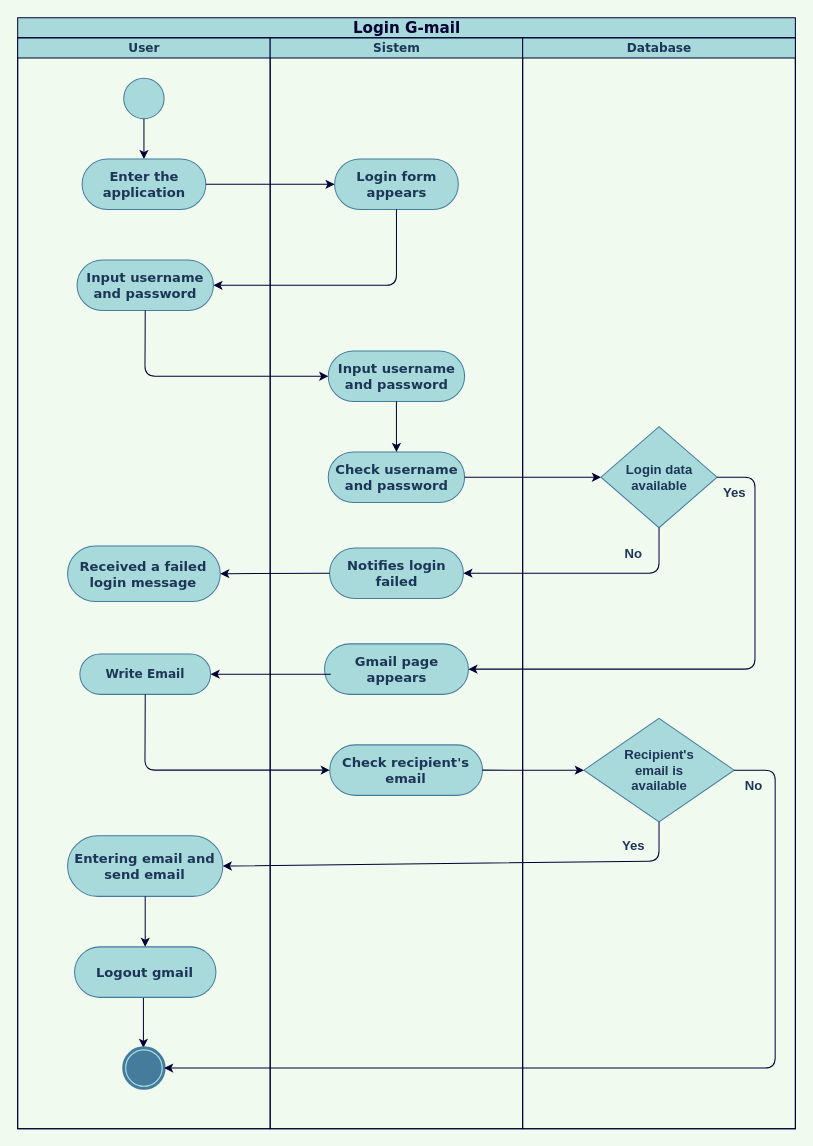
jscanjm/BelajarJava keeps this draw.io diagram as Untitled Diagram.drawio. Above is the earlier version. Source tidied: cells renumbered, new cells numbered last; positions are measured from the earlier drawing's top-left corner, leaving out a move shared by most shapes. Both pictures are drawn from the tidied source at 101%, with x=0, y=0 at pixel (17, 17).
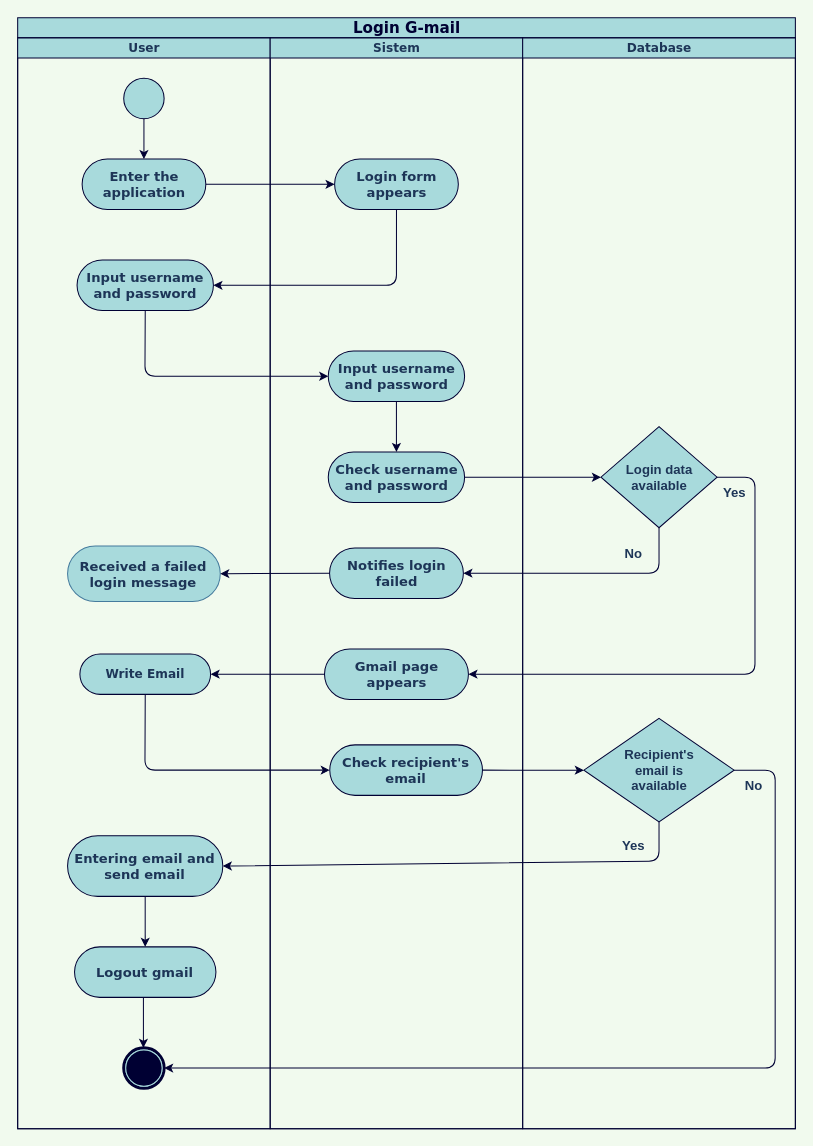
The same page after the edit.

Unchanged cells that the change refers to:
```xml
<mxCell id="2" value="&lt;font color=&quot;#000033&quot;&gt;&lt;b&gt;Login G-mail&lt;/b&gt;&lt;/font&gt;" style="swimlane;html=1;startSize=20;rounded=0;shadow=0;comic=0;labelBackgroundColor=none;strokeWidth=1;fontFamily=Verdana;fontSize=15;align=center;fontStyle=0;fontColor=#1D3557;fillColor=#A8DADC;strokeColor=#000033;" parent="1" vertex="1">
  <mxGeometry width="770" height="1100" as="geometry" />
</mxCell>
<mxCell id="3" value="User" style="swimlane;html=1;startSize=20;fontFamily=Verdana;fillColor=#A8DADC;fontColor=#1D3557;strokeColor=#000033;" parent="2" vertex="1">
  <mxGeometry y="20" width="250" height="1080" as="geometry" />
</mxCell>
<mxCell id="15" value="Sistem" style="swimlane;html=1;startSize=20;fontFamily=Verdana;fillColor=#A8DADC;fontColor=#1D3557;strokeColor=#000033;" parent="2" vertex="1">
  <mxGeometry x="250" y="20" width="250" height="1080" as="geometry" />
</mxCell>
<mxCell id="27" value="Database" style="swimlane;html=1;startSize=20;fontFamily=Verdana;fillColor=#A8DADC;fontColor=#1D3557;strokeColor=#000033;" parent="2" vertex="1">
  <mxGeometry x="500" y="20" width="270" height="1080" as="geometry" />
</mxCell>
```

Change to the diagram source:
```diff
@@
-    <mxCell id="5" style="shape=mxgraph.bpmn.shape;html=1;verticalLabelPosition=bottom;verticalAlign=top;perimeter=ellipsePerimeter;outline=end;symbol=terminate;rounded=0;shadow=0;comic=0;strokeWidth=1;fontFamily=Verdana;fontSize=12;align=center;fillColor=#A8DADC;strokeColor=#457B9D;fontColor=#1D3557;" parent="3" vertex="1">
+    <mxCell id="5" style="shape=mxgraph.bpmn.shape;html=1;verticalLabelPosition=bottom;verticalAlign=top;perimeter=ellipsePerimeter;outline=end;symbol=terminate;rounded=0;shadow=0;comic=0;strokeWidth=1;fontFamily=Verdana;fontSize=12;align=center;fillColor=#A8DADC;fontColor=#1D3557;strokeColor=#000033;" parent="3" vertex="1">
       <mxGeometry x="105" y="1000" width="40" height="40" as="geometry" />
     </mxCell>
-    <mxCell id="6" style="ellipse;whiteSpace=wrap;html=1;rounded=0;shadow=0;comic=0;labelBackgroundColor=none;strokeWidth=1;fontFamily=Verdana;fontSize=12;align=center;fillColor=#A8DADC;strokeColor=#457B9D;fontColor=#1D3557;" parent="3" vertex="1">
+    <mxCell id="6" style="ellipse;whiteSpace=wrap;html=1;rounded=0;shadow=0;comic=0;labelBackgroundColor=none;strokeWidth=1;fontFamily=Verdana;fontSize=12;align=center;fillColor=#A8DADC;fontColor=#1D3557;strokeColor=#000033;" parent="3" vertex="1">
       <mxGeometry x="105" y="40" width="40" height="40" as="geometry" />
     </mxCell>
@@
-    <mxCell id="8" value="&lt;b&gt;&lt;font style=&quot;font-size: 13px&quot;&gt;Enter the application&lt;/font&gt;&lt;/b&gt;" style="rounded=1;whiteSpace=wrap;html=1;shadow=0;comic=0;labelBackgroundColor=none;strokeWidth=1;fontFamily=Verdana;fontSize=12;align=center;arcSize=50;fillColor=#A8DADC;strokeColor=#457B9D;fontColor=#1D3557;" parent="3" vertex="1">
+    <mxCell id="8" value="&lt;b&gt;&lt;font style=&quot;font-size: 13px&quot;&gt;Enter the application&lt;/font&gt;&lt;/b&gt;" style="rounded=1;whiteSpace=wrap;html=1;shadow=0;comic=0;labelBackgroundColor=none;strokeWidth=1;fontFamily=Verdana;fontSize=12;align=center;arcSize=50;fillColor=#A8DADC;fontColor=#1D3557;strokeColor=#000033;" parent="3" vertex="1">
       <mxGeometry x="63.8" y="120" width="122.5" height="50" as="geometry" />
     </mxCell>
-    <mxCell id="9" value="&lt;font style=&quot;font-size: 13px&quot;&gt;&lt;b&gt;Input username and password&lt;/b&gt;&lt;/font&gt;" style="rounded=1;whiteSpace=wrap;html=1;shadow=0;comic=0;labelBackgroundColor=none;strokeWidth=1;fontFamily=Verdana;fontSize=12;align=center;arcSize=50;fillColor=#A8DADC;strokeColor=#457B9D;fontColor=#1D3557;" parent="3" vertex="1">
+    <mxCell id="9" value="&lt;font style=&quot;font-size: 13px&quot;&gt;&lt;b&gt;Input username and password&lt;/b&gt;&lt;/font&gt;" style="rounded=1;whiteSpace=wrap;html=1;shadow=0;comic=0;labelBackgroundColor=none;strokeWidth=1;fontFamily=Verdana;fontSize=12;align=center;arcSize=50;fillColor=#A8DADC;fontColor=#1D3557;strokeColor=#000033;" parent="3" vertex="1">
       <mxGeometry x="58.8" y="220" width="135" height="50" as="geometry" />
     </mxCell>
@@
-    <mxCell id="11" value="&lt;b&gt;Write Email&lt;br&gt;&lt;/b&gt;" style="rounded=1;whiteSpace=wrap;html=1;shadow=0;comic=0;labelBackgroundColor=none;strokeWidth=1;fontFamily=Verdana;fontSize=12;align=center;arcSize=50;fillColor=#A8DADC;strokeColor=#457B9D;fontColor=#1D3557;" parent="3" vertex="1">
+    <mxCell id="11" value="&lt;b&gt;Write Email&lt;br&gt;&lt;/b&gt;" style="rounded=1;whiteSpace=wrap;html=1;shadow=0;comic=0;labelBackgroundColor=none;strokeWidth=1;fontFamily=Verdana;fontSize=12;align=center;arcSize=50;fillColor=#A8DADC;fontColor=#1D3557;strokeColor=#000033;" parent="3" vertex="1">
       <mxGeometry x="61.6" y="610" width="129.4" height="40" as="geometry" />
     </mxCell>
-    <mxCell id="12" value="&lt;font style=&quot;font-size: 13px&quot;&gt;&lt;b&gt;Entering email and send email&lt;/b&gt;&lt;/font&gt;" style="rounded=1;whiteSpace=wrap;html=1;shadow=0;comic=0;labelBackgroundColor=none;strokeWidth=1;fontFamily=Verdana;fontSize=12;align=center;arcSize=50;fillColor=#A8DADC;strokeColor=#457B9D;fontColor=#1D3557;" parent="3" vertex="1">
+    <mxCell id="12" value="&lt;font style=&quot;font-size: 13px&quot;&gt;&lt;b&gt;Entering email and send email&lt;/b&gt;&lt;/font&gt;" style="rounded=1;whiteSpace=wrap;html=1;shadow=0;comic=0;labelBackgroundColor=none;strokeWidth=1;fontFamily=Verdana;fontSize=12;align=center;arcSize=50;fillColor=#A8DADC;fontColor=#1D3557;strokeColor=#000033;" parent="3" vertex="1">
       <mxGeometry x="49.4" y="790" width="153.7" height="60" as="geometry" />
     </mxCell>
-    <mxCell id="13" value="&lt;font style=&quot;font-size: 13px&quot;&gt;&lt;b&gt;Logout gmail&lt;/b&gt;&lt;/font&gt;" style="rounded=1;whiteSpace=wrap;html=1;shadow=0;comic=0;labelBackgroundColor=none;strokeWidth=1;fontFamily=Verdana;fontSize=12;align=center;arcSize=50;fillColor=#A8DADC;strokeColor=#457B9D;fontColor=#1D3557;" parent="3" vertex="1">
+    <mxCell id="13" value="&lt;font style=&quot;font-size: 13px&quot;&gt;&lt;b&gt;Logout gmail&lt;/b&gt;&lt;/font&gt;" style="rounded=1;whiteSpace=wrap;html=1;shadow=0;comic=0;labelBackgroundColor=none;strokeWidth=1;fontFamily=Verdana;fontSize=12;align=center;arcSize=50;fillColor=#A8DADC;fontColor=#1D3557;strokeColor=#000033;" parent="3" vertex="1">
       <mxGeometry x="56.3" y="900" width="140" height="50" as="geometry" />
     </mxCell>
@@
+    <mxCell id="21" value="&lt;font style=&quot;font-size: 13px&quot;&gt;&lt;b&gt;Gmail page appears&lt;/b&gt;&lt;/font&gt;" style="rounded=1;whiteSpace=wrap;html=1;shadow=0;comic=0;labelBackgroundColor=none;strokeWidth=1;fontFamily=Verdana;fontSize=12;align=center;arcSize=50;fillColor=#A8DADC;fontColor=#1D3557;strokeColor=#000033;" parent="15" vertex="1">
+      <mxGeometry x="53.8" y="605" width="142.5" height="50" as="geometry" />
+    </mxCell>
-    <mxCell id="16" value="&lt;font style=&quot;font-size: 13px&quot;&gt;&lt;b&gt;Notifies login failed&lt;/b&gt;&lt;/font&gt;" style="rounded=1;whiteSpace=wrap;html=1;shadow=0;comic=0;labelBackgroundColor=none;strokeWidth=1;fontFamily=Verdana;fontSize=12;align=center;arcSize=50;fillColor=#A8DADC;strokeColor=#457B9D;fontColor=#1D3557;" parent="15" vertex="1">
+    <mxCell id="16" value="&lt;font style=&quot;font-size: 13px&quot;&gt;&lt;b&gt;Notifies login failed&lt;/b&gt;&lt;/font&gt;" style="rounded=1;whiteSpace=wrap;html=1;shadow=0;comic=0;labelBackgroundColor=none;strokeWidth=1;fontFamily=Verdana;fontSize=12;align=center;arcSize=50;fillColor=#A8DADC;fontColor=#1D3557;strokeColor=#000033;" parent="15" vertex="1">
       <mxGeometry x="58.8" y="505" width="132.5" height="50" as="geometry" />
     </mxCell>
-    <mxCell id="17" value="&lt;font style=&quot;font-size: 13px&quot;&gt;&lt;b&gt;Input username and password&lt;/b&gt;&lt;/font&gt;" style="rounded=1;whiteSpace=wrap;html=1;shadow=0;comic=0;labelBackgroundColor=none;strokeWidth=1;fontFamily=Verdana;fontSize=12;align=center;arcSize=50;fillColor=#A8DADC;strokeColor=#457B9D;fontColor=#1D3557;" parent="15" vertex="1">
+    <mxCell id="17" value="&lt;font style=&quot;font-size: 13px&quot;&gt;&lt;b&gt;Input username and password&lt;/b&gt;&lt;/font&gt;" style="rounded=1;whiteSpace=wrap;html=1;shadow=0;comic=0;labelBackgroundColor=none;strokeWidth=1;fontFamily=Verdana;fontSize=12;align=center;arcSize=50;fillColor=#A8DADC;fontColor=#1D3557;strokeColor=#000033;" parent="15" vertex="1">
       <mxGeometry x="57.5" y="310" width="135" height="50" as="geometry" />
     </mxCell>
-    <mxCell id="18" value="&lt;b&gt;&lt;font style=&quot;font-size: 13px&quot;&gt;Login form appears &lt;br&gt;&lt;/font&gt;&lt;/b&gt;" style="rounded=1;whiteSpace=wrap;html=1;shadow=0;comic=0;labelBackgroundColor=none;strokeWidth=1;fontFamily=Verdana;fontSize=12;align=center;arcSize=50;fillColor=#A8DADC;strokeColor=#457B9D;fontColor=#1D3557;" parent="15" vertex="1">
+    <mxCell id="18" value="&lt;b&gt;&lt;font style=&quot;font-size: 13px&quot;&gt;Login form appears &lt;br&gt;&lt;/font&gt;&lt;/b&gt;" style="rounded=1;whiteSpace=wrap;html=1;shadow=0;comic=0;labelBackgroundColor=none;strokeWidth=1;fontFamily=Verdana;fontSize=12;align=center;arcSize=50;fillColor=#A8DADC;fontColor=#1D3557;strokeColor=#000033;" parent="15" vertex="1">
       <mxGeometry x="63.8" y="120" width="122.5" height="50" as="geometry" />
     </mxCell>
-    <mxCell id="19" value="&lt;font style=&quot;font-size: 13px&quot;&gt;&lt;b&gt;Check username and password&lt;/b&gt;&lt;/font&gt;" style="rounded=1;whiteSpace=wrap;html=1;shadow=0;comic=0;labelBackgroundColor=none;strokeWidth=1;fontFamily=Verdana;fontSize=12;align=center;arcSize=50;fillColor=#A8DADC;strokeColor=#457B9D;fontColor=#1D3557;" parent="15" vertex="1">
+    <mxCell id="19" value="&lt;font style=&quot;font-size: 13px&quot;&gt;&lt;b&gt;Check username and password&lt;/b&gt;&lt;/font&gt;" style="rounded=1;whiteSpace=wrap;html=1;shadow=0;comic=0;labelBackgroundColor=none;strokeWidth=1;fontFamily=Verdana;fontSize=12;align=center;arcSize=50;fillColor=#A8DADC;fontColor=#1D3557;strokeColor=#000033;" parent="15" vertex="1">
       <mxGeometry x="57.5" y="410" width="135" height="50" as="geometry" />
     </mxCell>
-    <mxCell id="20" value="&lt;font style=&quot;font-size: 13px&quot;&gt;&lt;b&gt;Check recipient's email&lt;/b&gt;&lt;/font&gt;" style="rounded=1;whiteSpace=wrap;html=1;shadow=0;comic=0;labelBackgroundColor=none;strokeWidth=1;fontFamily=Verdana;fontSize=12;align=center;arcSize=50;fillColor=#A8DADC;strokeColor=#457B9D;fontColor=#1D3557;" parent="15" vertex="1">
+    <mxCell id="20" value="&lt;font style=&quot;font-size: 13px&quot;&gt;&lt;b&gt;Check recipient's email&lt;/b&gt;&lt;/font&gt;" style="rounded=1;whiteSpace=wrap;html=1;shadow=0;comic=0;labelBackgroundColor=none;strokeWidth=1;fontFamily=Verdana;fontSize=12;align=center;arcSize=50;fillColor=#A8DADC;fontColor=#1D3557;strokeColor=#000033;" parent="15" vertex="1">
       <mxGeometry x="59" y="700" width="151.2" height="50" as="geometry" />
     </mxCell>
-    <mxCell id="21" value="&lt;font style=&quot;font-size: 13px&quot;&gt;&lt;b&gt;Gmail page appears&lt;/b&gt;&lt;/font&gt;" style="rounded=1;whiteSpace=wrap;html=1;shadow=0;comic=0;labelBackgroundColor=none;strokeWidth=1;fontFamily=Verdana;fontSize=12;align=center;arcSize=50;fillColor=#A8DADC;strokeColor=#457B9D;fontColor=#1D3557;" parent="15" vertex="1">
-      <mxGeometry x="53.8" y="600" width="142.5" height="50" as="geometry" />
-    </mxCell>
@@
-    <mxCell id="30" value="&lt;b&gt;&lt;font style=&quot;font-size: 13px&quot;&gt;Login data available&lt;/font&gt;&lt;/b&gt;" style="rhombus;whiteSpace=wrap;html=1;fillColor=#A8DADC;strokeColor=#457B9D;fontColor=#1D3557;" parent="27" vertex="1">
+    <mxCell id="30" value="&lt;b&gt;&lt;font style=&quot;font-size: 13px&quot;&gt;Login data available&lt;/font&gt;&lt;/b&gt;" style="rhombus;whiteSpace=wrap;html=1;fillColor=#A8DADC;fontColor=#1D3557;strokeColor=#000033;" parent="27" vertex="1">
       <mxGeometry x="77.5" y="385" width="115" height="100" as="geometry" />
     </mxCell>
-    <mxCell id="31" value="&lt;div&gt;&lt;b&gt;&lt;font style=&quot;font-size: 13px&quot;&gt;Recipient's &lt;br&gt;&lt;/font&gt;&lt;/b&gt;&lt;/div&gt;&lt;div&gt;&lt;b&gt;&lt;font style=&quot;font-size: 13px&quot;&gt;email is &lt;br&gt;&lt;/font&gt;&lt;/b&gt;&lt;/div&gt;&lt;div&gt;&lt;b&gt;&lt;font style=&quot;font-size: 13px&quot;&gt;available&lt;/font&gt;&lt;/b&gt;&lt;/div&gt;" style="rhombus;whiteSpace=wrap;html=1;fillColor=#A8DADC;strokeColor=#457B9D;fontColor=#1D3557;" parent="27" vertex="1">
+    <mxCell id="31" value="&lt;div&gt;&lt;b&gt;&lt;font style=&quot;font-size: 13px&quot;&gt;Recipient's &lt;br&gt;&lt;/font&gt;&lt;/b&gt;&lt;/div&gt;&lt;div&gt;&lt;b&gt;&lt;font style=&quot;font-size: 13px&quot;&gt;email is &lt;br&gt;&lt;/font&gt;&lt;/b&gt;&lt;/div&gt;&lt;div&gt;&lt;b&gt;&lt;font style=&quot;font-size: 13px&quot;&gt;available&lt;/font&gt;&lt;/b&gt;&lt;/div&gt;" style="rhombus;whiteSpace=wrap;html=1;fillColor=#A8DADC;fontColor=#1D3557;strokeColor=#000033;" parent="27" vertex="1">
       <mxGeometry x="60.6" y="673.8" width="148.8" height="102.5" as="geometry" />
     </mxCell>
@@
     <mxCell id="35" style="endArrow=classic;html=1;exitX=1;exitY=0.5;exitDx=0;exitDy=0;entryX=1;entryY=0.5;entryDx=0;entryDy=0;fontColor=#1D3557;labelBackgroundColor=#F1FAEE;strokeColor=#000033;" parent="2" edge="1" source="30" target="21">
       <mxGeometry relative="1" as="geometry">
         <Array as="points">
           <mxPoint x="730" y="455" />
-          <mxPoint x="730" y="645" />
+          <mxPoint x="730" y="650" />
         </Array>
       </mxGeometry>
     </mxCell>
@@
-    <mxCell id="37" style="endArrow=classic;html=1;entryX=1;entryY=0.5;entryDx=0;entryDy=0;fontColor=#1D3557;labelBackgroundColor=#F1FAEE;strokeColor=#000033;" parent="2" edge="1" target="11">
-      <mxGeometry relative="1" as="geometry">
-        <mxPoint x="310" y="650" as="sourcePoint" />
-      </mxGeometry>
+    <mxCell id="37" style="endArrow=classic;html=1;entryX=1;entryY=0.5;entryDx=0;entryDy=0;fontColor=#1D3557;labelBackgroundColor=#F1FAEE;strokeColor=#000033;exitX=0;exitY=0.5;exitDx=0;exitDy=0;" parent="2" edge="1" source="21" target="11">
+      <mxGeometry relative="1" as="geometry" />
     </mxCell>
```
